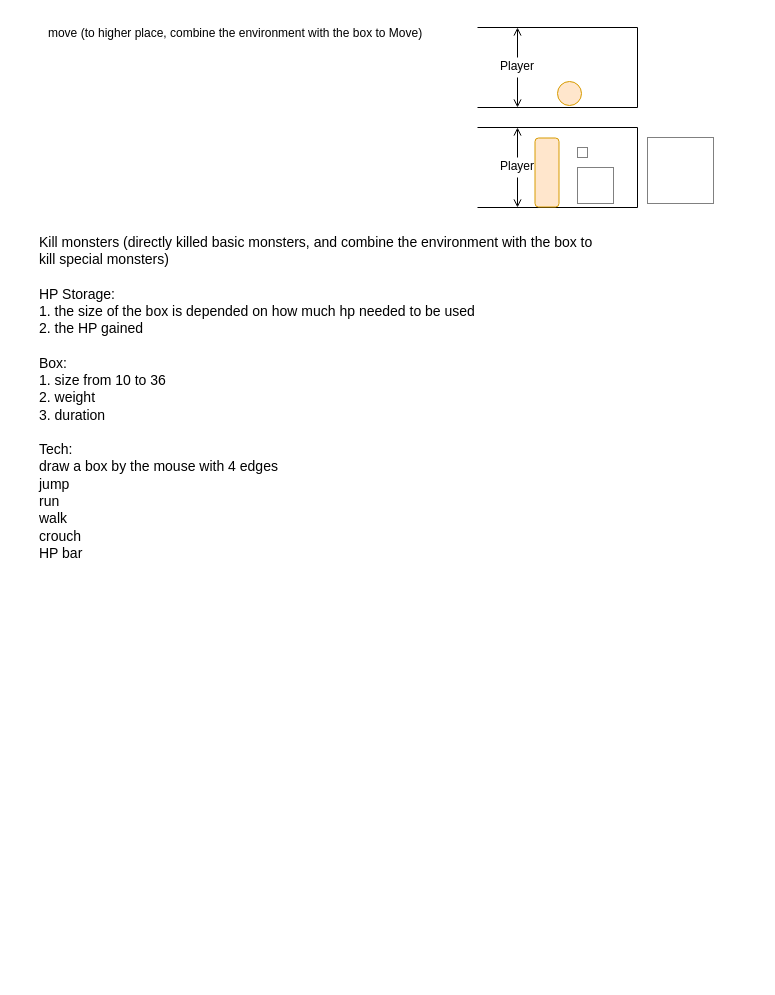
The draw.io diagram Untitled Diagram.drawio in Yanshang-c/AMD, before the edit. Source tidied: cells renumbered, new cells numbered last; positions are measured from the earlier drawing's top-left corner, leaving out a move shared by most shapes. Both pictures are drawn from the tidied source at 100%, with x=0, y=0 at pixel (17, 17).
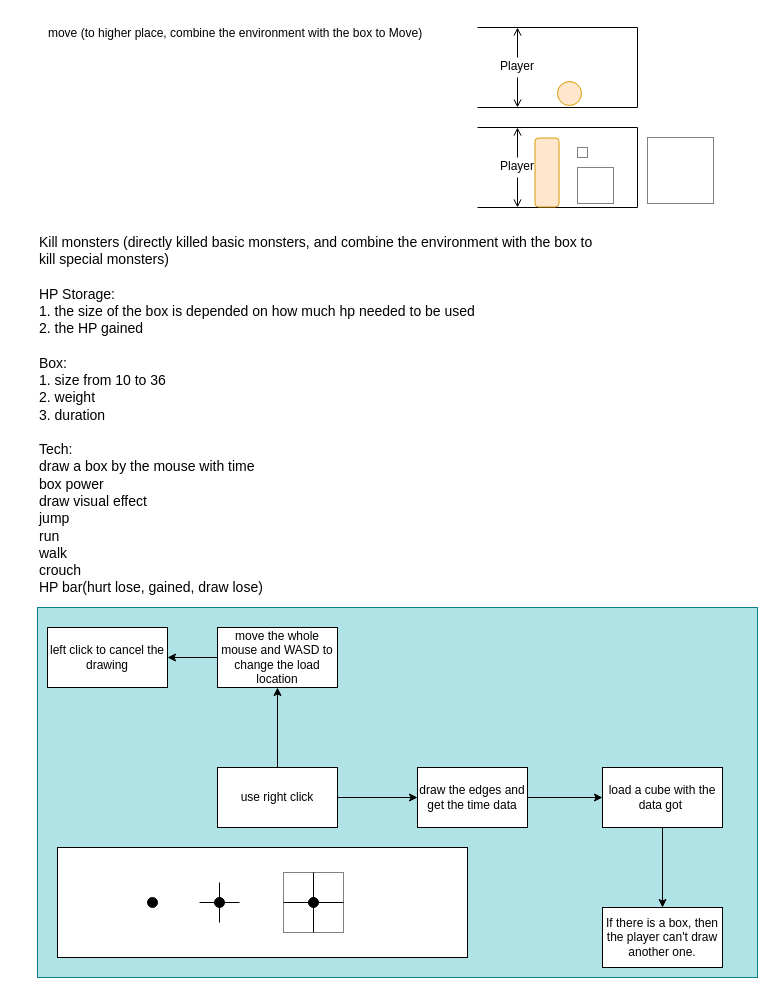
The same page after the edit.

The edit, as a diff of the source:
```diff
@@
-    <mxCell id="19" value="&lt;span lang=&quot;EN-US&quot; class=&quot;TextRun SCXW44165962 BCX8&quot; style=&quot;margin: 0px; padding: 0px; user-select: text; -webkit-user-drag: none; -webkit-tap-highlight-color: transparent; color: rgb(0, 0, 0); font-style: normal; font-variant-caps: normal; font-weight: 400; letter-spacing: normal; orphans: 2; text-align: justify; text-indent: 0px; text-transform: none; widows: 2; word-spacing: 0px; -webkit-text-stroke-width: 0px; background-color: rgb(255, 255, 255); text-decoration-thickness: initial; text-decoration-style: initial; text-decoration-color: initial; font-size: 10.5pt; line-height: 17.2667px; font-family: 等线, 等线_EmbeddedFont, 等线_MSFontService, sans-serif; font-variant-ligatures: none !important;&quot;&gt;&lt;span class=&quot;NormalTextRun SCXW44165962 BCX8&quot; style=&quot;margin: 0px; padding: 0px; user-select: text; -webkit-user-drag: none; -webkit-tap-highlight-color: transparent;&quot;&gt;Kill monsters&lt;/span&gt;&lt;span class=&quot;NormalTextRun SCXW44165962 BCX8&quot; style=&quot;margin: 0px; padding: 0px; user-select: text; -webkit-user-drag: none; -webkit-tap-highlight-color: transparent;&quot;&gt; (directly killed basic monsters, &lt;/span&gt;&lt;span class=&quot;NormalTextRun SCXW44165962 BCX8&quot; style=&quot;margin: 0px; padding: 0px; user-select: text; -webkit-user-drag: none; -webkit-tap-highlight-color: transparent;&quot;&gt;and combine the environment with the box to kill special monsters&lt;/span&gt;&lt;span class=&quot;NormalTextRun SCXW44165962 BCX8&quot; style=&quot;margin: 0px; padding: 0px; user-select: text; -webkit-user-drag: none; -webkit-tap-highlight-color: transparent;&quot;&gt;)&lt;br&gt;&lt;/span&gt;&lt;/span&gt;&lt;span class=&quot;EOP SCXW44165962 BCX8&quot; style=&quot;margin: 0px; padding: 0px; user-select: text; -webkit-user-drag: none; -webkit-tap-highlight-color: transparent; color: rgb(0, 0, 0); font-style: normal; font-variant-ligatures: normal; font-variant-caps: normal; font-weight: 400; letter-spacing: normal; orphans: 2; text-align: justify; text-indent: 0px; text-transform: none; widows: 2; word-spacing: 0px; -webkit-text-stroke-width: 0px; background-color: rgb(255, 255, 255); text-decoration-thickness: initial; text-decoration-style: initial; text-decoration-color: initial; font-size: 10.5pt; line-height: 17.2667px; font-family: 等线, 等线_EmbeddedFont, 等线_MSFontService, sans-serif;&quot;&gt;&lt;br&gt;HP Storage:&lt;br&gt;1. the size of the box is depended on how much hp needed to be used&lt;br&gt;2. the HP gained&lt;br&gt;&amp;nbsp;&lt;br&gt;Box:&lt;br&gt;1. size from 10 to 36&lt;br&gt;2. weight&lt;br&gt;3. duration&lt;br&gt;&lt;br&gt;Tech:&lt;br&gt;draw a box by the mouse with 4 edges&lt;br&gt;jump&lt;br&gt;run&lt;br&gt;walk&lt;br&gt;crouch&lt;br&gt;HP bar&lt;br&gt;&lt;/span&gt;" style="text;whiteSpace=wrap;html=1;" parent="1" vertex="1">
+    <mxCell id="19" value="&lt;span lang=&quot;EN-US&quot; class=&quot;TextRun SCXW44165962 BCX8&quot; style=&quot;margin: 0px; padding: 0px; user-select: text; -webkit-user-drag: none; -webkit-tap-highlight-color: transparent; color: rgb(0, 0, 0); font-style: normal; font-variant-caps: normal; font-weight: 400; letter-spacing: normal; orphans: 2; text-align: justify; text-indent: 0px; text-transform: none; widows: 2; word-spacing: 0px; -webkit-text-stroke-width: 0px; background-color: rgb(255, 255, 255); text-decoration-thickness: initial; text-decoration-style: initial; text-decoration-color: initial; font-size: 10.5pt; line-height: 17.2667px; font-family: 等线, 等线_EmbeddedFont, 等线_MSFontService, sans-serif; font-variant-ligatures: none !important;&quot;&gt;&lt;span class=&quot;NormalTextRun SCXW44165962 BCX8&quot; style=&quot;margin: 0px; padding: 0px; user-select: text; -webkit-user-drag: none; -webkit-tap-highlight-color: transparent;&quot;&gt;Kill monsters&lt;/span&gt;&lt;span class=&quot;NormalTextRun SCXW44165962 BCX8&quot; style=&quot;margin: 0px; padding: 0px; user-select: text; -webkit-user-drag: none; -webkit-tap-highlight-color: transparent;&quot;&gt; (directly killed basic monsters, &lt;/span&gt;&lt;span class=&quot;NormalTextRun SCXW44165962 BCX8&quot; style=&quot;margin: 0px; padding: 0px; user-select: text; -webkit-user-drag: none; -webkit-tap-highlight-color: transparent;&quot;&gt;and combine the environment with the box to kill special monsters&lt;/span&gt;&lt;span class=&quot;NormalTextRun SCXW44165962 BCX8&quot; style=&quot;margin: 0px; padding: 0px; user-select: text; -webkit-user-drag: none; -webkit-tap-highlight-color: transparent;&quot;&gt;)&lt;br&gt;&lt;/span&gt;&lt;/span&gt;&lt;span class=&quot;EOP SCXW44165962 BCX8&quot; style=&quot;margin: 0px; padding: 0px; user-select: text; -webkit-user-drag: none; -webkit-tap-highlight-color: transparent; color: rgb(0, 0, 0); font-style: normal; font-variant-ligatures: normal; font-variant-caps: normal; font-weight: 400; letter-spacing: normal; orphans: 2; text-align: justify; text-indent: 0px; text-transform: none; widows: 2; word-spacing: 0px; -webkit-text-stroke-width: 0px; background-color: rgb(255, 255, 255); text-decoration-thickness: initial; text-decoration-style: initial; text-decoration-color: initial; font-size: 10.5pt; line-height: 17.2667px; font-family: 等线, 等线_EmbeddedFont, 等线_MSFontService, sans-serif;&quot;&gt;&lt;br&gt;HP Storage:&lt;br&gt;1. the size of the box is depended on how much hp needed to be used&lt;br&gt;2. the HP gained&lt;br&gt;&amp;nbsp;&lt;br&gt;Box:&lt;br&gt;1. size from 10 to 36&lt;br&gt;2. weight&lt;br&gt;3. duration&lt;br&gt;&lt;br&gt;Tech:&lt;br&gt;draw a box by the mouse with time&lt;br&gt;box power&lt;br&gt;draw visual effect&lt;br&gt;jump&lt;br&gt;run&lt;br&gt;walk&lt;br&gt;crouch&lt;br&gt;HP bar(hurt lose, gained, draw lose)&lt;br&gt;&lt;/span&gt;" style="text;whiteSpace=wrap;html=1;" parent="1" vertex="1">
       <mxGeometry x="20" y="210" width="560" height="390" as="geometry" />
     </mxCell>
@@
+    <mxCell id="21" style="group;" parent="1" vertex="1">
+      <mxGeometry x="20" y="590" width="720" height="370" as="geometry" />
+    </mxCell>
+    <mxCell id="22" style="rounded=0;whiteSpace=wrap;html=1;fillColor=#b0e3e6;strokeColor=#0e8088;" parent="21" vertex="1">
+      <mxGeometry width="720" height="370" as="geometry" />
+    </mxCell>
+    <mxCell id="23" value="draw the edges and get the time data" style="rounded=0;whiteSpace=wrap;html=1;" parent="21" vertex="1">
+      <mxGeometry x="380" y="160" width="110" height="60" as="geometry" />
+    </mxCell>
+    <mxCell id="24" value="load a cube with the data got&amp;nbsp;" style="whiteSpace=wrap;html=1;rounded=0;" parent="21" vertex="1">
+      <mxGeometry x="565" y="160" width="120" height="60" as="geometry" />
+    </mxCell>
+    <mxCell id="25" style="edgeStyle=orthogonalEdgeStyle;rounded=0;jettySize=auto;html=1;" parent="21" edge="1" source="23" target="24">
+      <mxGeometry relative="1" as="geometry" />
+    </mxCell>
+    <mxCell id="26" value="use right click" style="rounded=0;whiteSpace=wrap;html=1;" parent="21" vertex="1">
+      <mxGeometry x="180" y="160" width="120" height="60" as="geometry" />
+    </mxCell>
+    <mxCell id="27" style="endArrow=classic;html=1;rounded=0;" parent="21" edge="1">
+      <mxGeometry relative="1" as="geometry">
+        <mxPoint x="300" y="190" as="sourcePoint" />
+        <mxPoint x="380" y="190" as="targetPoint" />
+      </mxGeometry>
+    </mxCell>
+    <mxCell id="28" value="move the whole mouse and WASD to change the load location" style="rounded=0;whiteSpace=wrap;html=1;" parent="21" vertex="1">
+      <mxGeometry x="180" y="20" width="120" height="60" as="geometry" />
+    </mxCell>
+    <mxCell id="29" style="edgeStyle=orthogonalEdgeStyle;rounded=0;jettySize=auto;html=1;" parent="21" edge="1" source="26" target="28">
+      <mxGeometry relative="1" as="geometry" />
+    </mxCell>
+    <mxCell id="30" value="left click to cancel the drawing" style="whiteSpace=wrap;html=1;rounded=0;" parent="21" vertex="1">
+      <mxGeometry x="10" y="20" width="120" height="60" as="geometry" />
+    </mxCell>
+    <mxCell id="31" style="edgeStyle=orthogonalEdgeStyle;rounded=0;jettySize=auto;html=1;" parent="21" edge="1" source="28" target="30">
+      <mxGeometry relative="1" as="geometry" />
+    </mxCell>
+    <mxCell id="32" value="If there is a box, then the player can't draw another one." style="whiteSpace=wrap;html=1;rounded=0;" parent="21" vertex="1">
+      <mxGeometry x="565" y="300" width="120" height="60" as="geometry" />
+    </mxCell>
+    <mxCell id="33" style="edgeStyle=orthogonalEdgeStyle;rounded=0;jettySize=auto;html=1;" parent="21" edge="1" source="24" target="32">
+      <mxGeometry relative="1" as="geometry" />
+    </mxCell>
+    <mxCell id="34" style="rounded=0;whiteSpace=wrap;html=1;" parent="21" vertex="1">
+      <mxGeometry x="20" y="240" width="410" height="110" as="geometry" />
+    </mxCell>
+    <mxCell id="35" style="group;" parent="21" vertex="1">
+      <mxGeometry x="110" y="265" width="196" height="60" as="geometry" />
+    </mxCell>
+    <mxCell id="36" style="group;" parent="35" vertex="1">
+      <mxGeometry x="136" width="60" height="60" as="geometry" />
+    </mxCell>
+    <mxCell id="37" style="whiteSpace=wrap;html=1;dashed=1;dashPattern=1 1;" parent="36" vertex="1">
+      <mxGeometry width="60" height="60" as="geometry" />
+    </mxCell>
+    <mxCell id="38" style="endArrow=none;html=1;rounded=0;" parent="36" edge="1">
+      <mxGeometry relative="1" as="geometry">
+        <mxPoint y="30" as="sourcePoint" />
+        <mxPoint x="60" y="30" as="targetPoint" />
+      </mxGeometry>
+    </mxCell>
+    <mxCell id="39" style="endArrow=none;html=1;rounded=0;" parent="36" edge="1">
+      <mxGeometry relative="1" as="geometry">
+        <mxPoint x="30" y="60" as="sourcePoint" />
+        <mxPoint x="30" as="targetPoint" />
+      </mxGeometry>
+    </mxCell>
+    <mxCell id="40" style="ellipse;whiteSpace=wrap;html=1;fillColor=#000000;" parent="36" vertex="1">
+      <mxGeometry x="25" y="25" width="10" height="10" as="geometry" />
+    </mxCell>
+    <mxCell id="41" style="ellipse;whiteSpace=wrap;html=1;fillColor=#000000;" parent="35" vertex="1">
+      <mxGeometry y="25" width="10" height="10" as="geometry" />
+    </mxCell>
+    <mxCell id="42" style="group;" parent="35" vertex="1">
+      <mxGeometry x="52" y="10" width="40" height="40" as="geometry" />
+    </mxCell>
+    <mxCell id="43" style="endArrow=none;html=1;rounded=0;" parent="42" edge="1">
+      <mxGeometry relative="1" as="geometry">
+        <mxPoint y="20" as="sourcePoint" />
+        <mxPoint x="40" y="20" as="targetPoint" />
+      </mxGeometry>
+    </mxCell>
+    <mxCell id="44" style="endArrow=none;html=1;rounded=0;" parent="42" edge="1">
+      <mxGeometry relative="1" as="geometry">
+        <mxPoint x="20" y="40" as="sourcePoint" />
+        <mxPoint x="20" as="targetPoint" />
+      </mxGeometry>
+    </mxCell>
+    <mxCell id="45" style="ellipse;whiteSpace=wrap;html=1;fillColor=#000000;" parent="42" vertex="1">
+      <mxGeometry x="15" y="15" width="10" height="10" as="geometry" />
+    </mxCell>
```
